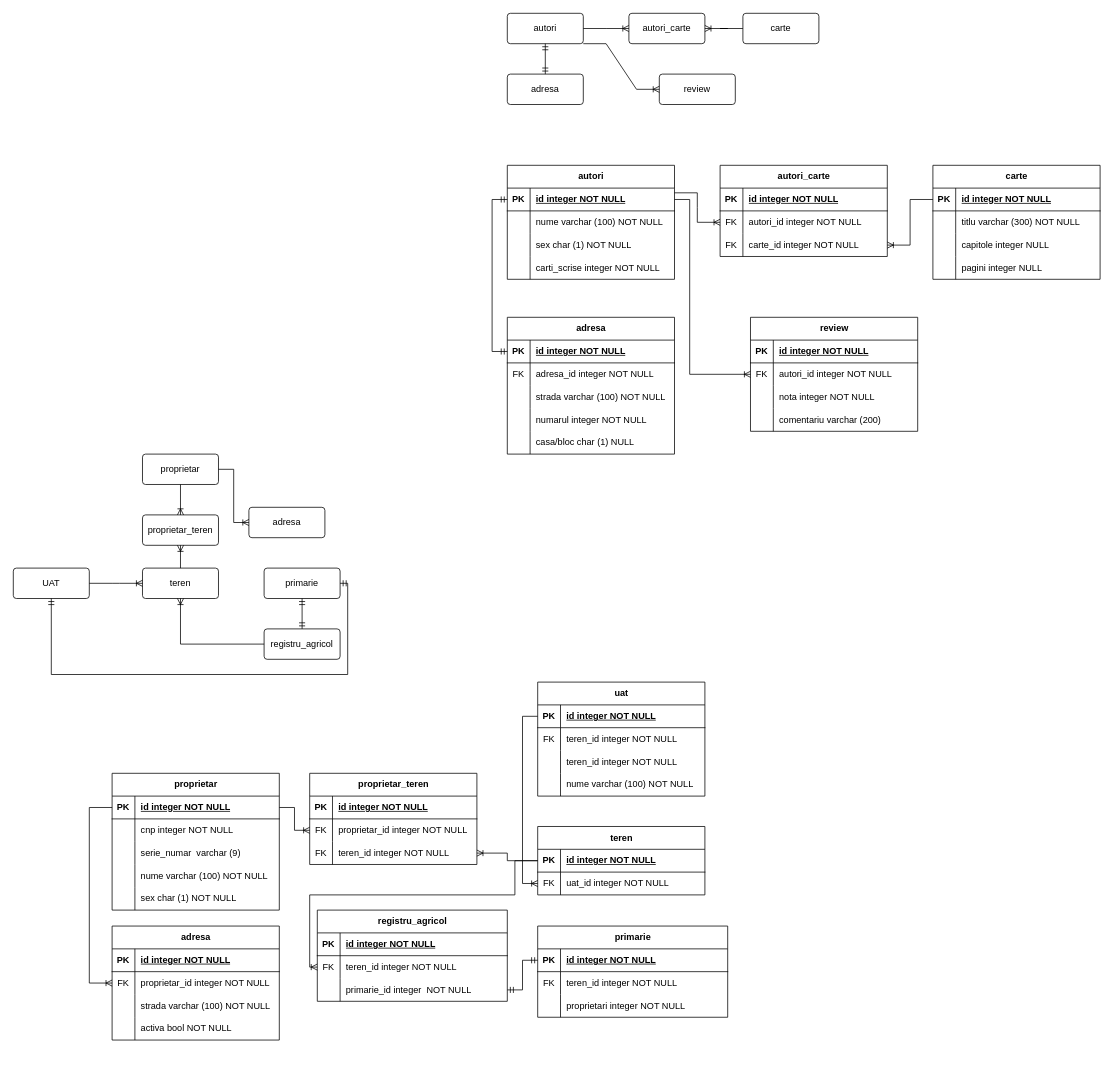
Before: Diagramă fără titlu.drawio in andreea-agrisan/modelare_db, a draw.io diagram. Source tidied: cells renumbered, new cells numbered last; positions are measured from the earlier drawing's top-left corner, leaving out a move shared by most shapes. Both pictures are drawn from the tidied source at 76%, with x=0, y=0 at pixel (13, 13).
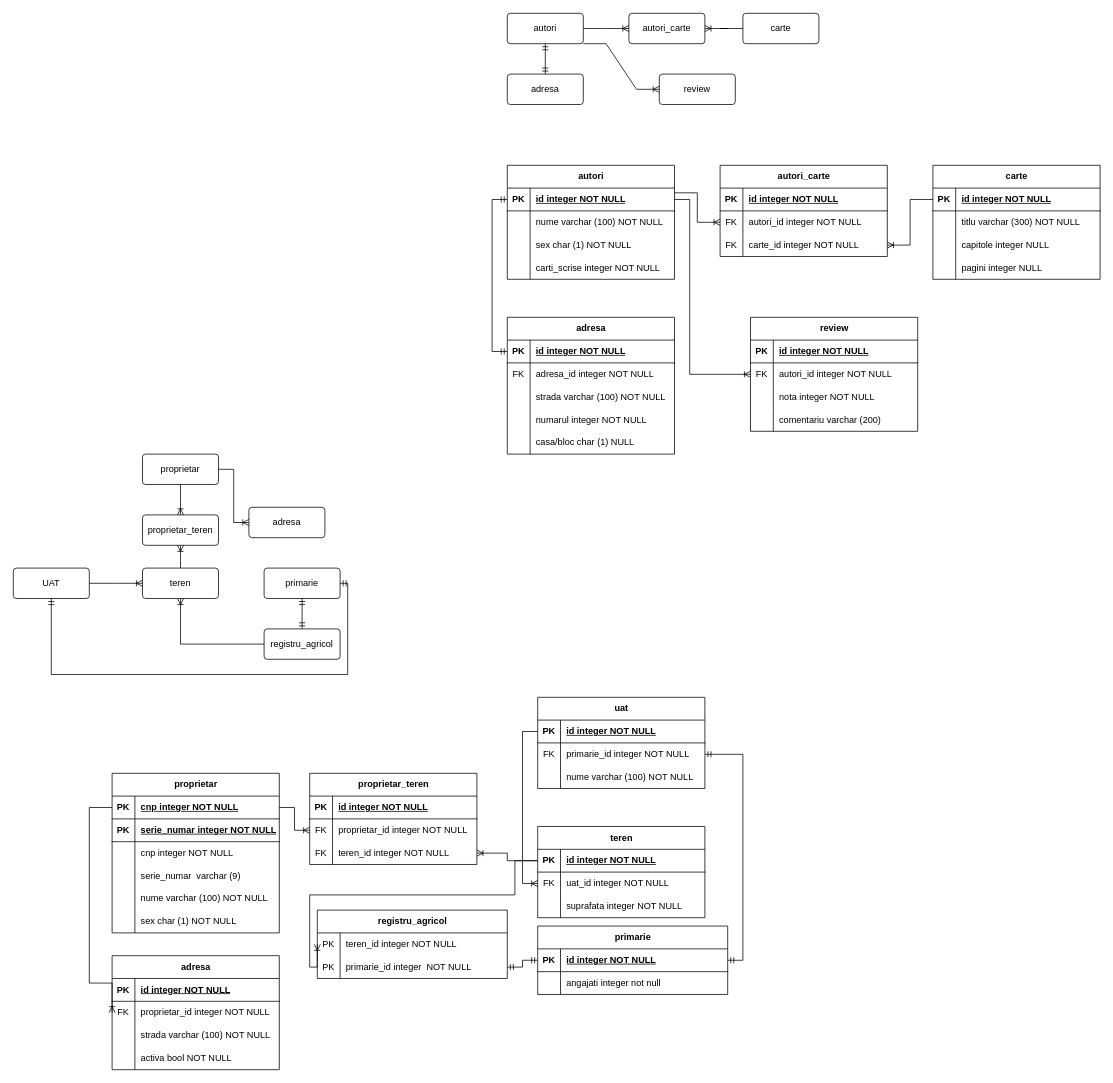
The same diagram, later.

Unchanged cells that the change refers to:
```xml
<mxCell id="94" style="shape=tableRow;horizontal=0;startSize=0;swimlaneHead=0;swimlaneBody=0;fillColor=none;points=[[0,0.5],[1,0.5]];portConstraint=eastwest;top=0;left=0;right=0;bottom=1;" parent="93" vertex="1">
  <mxGeometry y="30" width="220" height="30" as="geometry" />
</mxCell>
<mxCell id="123" style="shape=tableRow;horizontal=0;startSize=0;swimlaneHead=0;swimlaneBody=0;fillColor=none;points=[[0,0.5],[1,0.5]];portConstraint=eastwest;top=0;left=0;right=0;bottom=0;" parent="119" vertex="1">
  <mxGeometry y="60" width="220" height="30" as="geometry" />
</mxCell>
<mxCell id="140" style="shape=tableRow;horizontal=0;startSize=0;swimlaneHead=0;swimlaneBody=0;fillColor=none;points=[[0,0.5],[1,0.5]];portConstraint=eastwest;top=0;left=0;right=0;bottom=1;" parent="139" vertex="1">
  <mxGeometry y="30" width="220" height="30" as="geometry" />
</mxCell>
<mxCell id="164" style="shape=tableRow;horizontal=0;startSize=0;swimlaneHead=0;swimlaneBody=0;fillColor=none;points=[[0,0.5],[1,0.5]];portConstraint=eastwest;top=0;left=0;right=0;bottom=1;" parent="163" vertex="1">
  <mxGeometry y="30" width="250" height="30" as="geometry" />
</mxCell>
```

Diff of the diagram source:
```diff
@@
     <mxCell id="93" value="proprietar" style="shape=table;startSize=30;childLayout=tableLayout;rowLines=0;fontStyle=1;align=center;html=1;" parent="1" vertex="1">
-      <mxGeometry x="130" y="1000" width="220" height="180" as="geometry" />
+      <mxGeometry x="130" y="1000" width="220" height="210" as="geometry" />
     </mxCell>
@@
-    <mxCell id="96" value="id integer NOT NULL" style="shape=partialRectangle;fillColor=none;top=0;left=0;bottom=0;right=0;align=left;spacingLeft=6;fontStyle=5;overflow=hidden;whiteSpace=wrap;html=1;" parent="94" vertex="1">
+    <mxCell id="96" value="cnp integer NOT NULL" style="shape=partialRectangle;fillColor=none;top=0;left=0;bottom=0;right=0;align=left;spacingLeft=6;fontStyle=5;overflow=hidden;whiteSpace=wrap;html=1;" parent="94" vertex="1">
       <mxGeometry x="30" width="190" height="30" as="geometry" />
     </mxCell>
+    <mxCell id="179" style="shape=tableRow;horizontal=0;startSize=0;swimlaneHead=0;swimlaneBody=0;fillColor=none;top=0;left=0;right=0;bottom=1;" parent="93" vertex="1">
+      <mxGeometry y="60" width="220" height="30" as="geometry" />
+    </mxCell>
+    <mxCell id="154" value="PK" style="shape=partialRectangle;fillColor=none;top=0;left=0;bottom=0;right=0;fontStyle=1;overflow=hidden;whiteSpace=wrap;html=1;" parent="179" vertex="1">
+      <mxGeometry width="30" height="30" as="geometry" />
+    </mxCell>
+    <mxCell id="180" value="serie_numar integer NOT NULL" style="shape=partialRectangle;fillColor=none;top=0;left=0;bottom=0;right=0;align=left;spacingLeft=6;fontStyle=5;overflow=hidden;whiteSpace=wrap;html=1;" parent="179" vertex="1">
+      <mxGeometry x="30" width="190" height="30" as="geometry" />
+    </mxCell>
     <mxCell id="97" style="shape=tableRow;horizontal=0;startSize=0;swimlaneHead=0;swimlaneBody=0;fillColor=none;top=0;left=0;right=0;bottom=0;" parent="93" vertex="1">
-      <mxGeometry y="60" width="220" height="30" as="geometry" />
+      <mxGeometry y="90" width="220" height="30" as="geometry" />
     </mxCell>
@@
     <mxCell id="100" style="shape=tableRow;horizontal=0;startSize=0;swimlaneHead=0;swimlaneBody=0;fillColor=none;top=0;left=0;right=0;bottom=0;" parent="93" vertex="1">
-      <mxGeometry y="90" width="220" height="30" as="geometry" />
+      <mxGeometry y="120" width="220" height="30" as="geometry" />
     </mxCell>
@@
     <mxCell id="103" style="shape=tableRow;horizontal=0;startSize=0;swimlaneHead=0;swimlaneBody=0;fillColor=none;top=0;left=0;right=0;bottom=0;" parent="93" vertex="1">
-      <mxGeometry y="120" width="220" height="30" as="geometry" />
+      <mxGeometry y="150" width="220" height="30" as="geometry" />
     </mxCell>
@@
     <mxCell id="106" style="shape=tableRow;horizontal=0;startSize=0;swimlaneHead=0;swimlaneBody=0;fillColor=none;top=0;left=0;right=0;bottom=0;" parent="93" vertex="1">
-      <mxGeometry y="150" width="220" height="30" as="geometry" />
+      <mxGeometry y="180" width="220" height="30" as="geometry" />
     </mxCell>
@@
     <mxCell id="119" value="teren" style="shape=table;startSize=30;childLayout=tableLayout;rowLines=0;fontStyle=1;align=center;html=1;" parent="1" vertex="1">
-      <mxGeometry x="690" y="1070" width="220" height="90" as="geometry" />
+      <mxGeometry x="690" y="1070" width="220" height="120" as="geometry" />
     </mxCell>
@@
+    <mxCell id="181" style="shape=tableRow;horizontal=0;startSize=0;swimlaneHead=0;swimlaneBody=0;fillColor=none;top=0;left=0;right=0;bottom=0;" parent="119" vertex="1">
+      <mxGeometry y="90" width="220" height="30" as="geometry" />
+    </mxCell>
+    <mxCell id="182" style="shape=partialRectangle;fillColor=none;top=0;left=0;bottom=0;right=0;overflow=hidden;whiteSpace=wrap;html=1;" parent="181" vertex="1">
+      <mxGeometry width="30" height="30" as="geometry" />
+    </mxCell>
+    <mxCell id="183" value="suprafata integer NOT NULL" style="shape=partialRectangle;fillColor=none;top=0;left=0;bottom=0;right=0;align=left;spacingLeft=6;overflow=hidden;whiteSpace=wrap;html=1;" parent="181" vertex="1">
+      <mxGeometry x="30" width="190" height="30" as="geometry" />
+    </mxCell>
     <mxCell id="126" value="adresa" style="shape=table;startSize=30;childLayout=tableLayout;rowLines=0;fontStyle=1;align=center;html=1;" parent="1" vertex="1">
-      <mxGeometry x="130" y="1201" width="220" height="150" as="geometry" />
+      <mxGeometry x="130" y="1240" width="220" height="150" as="geometry" />
     </mxCell>
@@
     <mxCell id="139" value="uat" style="shape=table;startSize=30;childLayout=tableLayout;rowLines=0;fontStyle=1;align=center;html=1;" parent="1" vertex="1">
-      <mxGeometry x="690" y="880" width="220" height="150" as="geometry" />
+      <mxGeometry x="690" y="900" width="220" height="120" as="geometry" />
     </mxCell>
@@
-    <mxCell id="143" style="shape=tableRow;horizontal=0;startSize=0;swimlaneHead=0;swimlaneBody=0;fillColor=none;top=0;left=0;right=0;bottom=0;" parent="139" vertex="1">
-      <mxGeometry y="60" width="220" height="30" as="geometry" />
-    </mxCell>
-    <mxCell id="144" value="FK" style="shape=partialRectangle;fillColor=none;top=0;left=0;bottom=0;right=0;overflow=hidden;whiteSpace=wrap;html=1;" parent="143" vertex="1">
-      <mxGeometry width="30" height="30" as="geometry" />
-    </mxCell>
-    <mxCell id="145" value="teren_id integer NOT NULL" style="shape=partialRectangle;fillColor=none;top=0;left=0;bottom=0;right=0;align=left;spacingLeft=6;overflow=hidden;whiteSpace=wrap;html=1;" parent="143" vertex="1">
-      <mxGeometry x="30" width="190" height="30" as="geometry" />
-    </mxCell>
     <mxCell id="146" style="shape=tableRow;horizontal=0;startSize=0;swimlaneHead=0;swimlaneBody=0;fillColor=none;points=[[0,0.5],[1,0.5]];portConstraint=eastwest;top=0;left=0;right=0;bottom=0;" parent="139" vertex="1">
-      <mxGeometry y="90" width="220" height="30" as="geometry" />
+      <mxGeometry y="60" width="220" height="30" as="geometry" />
     </mxCell>
-    <mxCell id="147" style="shape=partialRectangle;fillColor=none;top=0;left=0;bottom=0;right=0;overflow=hidden;whiteSpace=wrap;html=1;" parent="146" vertex="1">
+    <mxCell id="147" value="FK" style="shape=partialRectangle;fillColor=none;top=0;left=0;bottom=0;right=0;overflow=hidden;whiteSpace=wrap;html=1;" parent="146" vertex="1">
       <mxGeometry width="30" height="30" as="geometry" />
     </mxCell>
-    <mxCell id="148" value="teren_id integer NOT NULL" style="shape=partialRectangle;fillColor=none;top=0;left=0;bottom=0;right=0;align=left;spacingLeft=6;overflow=hidden;whiteSpace=wrap;html=1;" parent="146" vertex="1">
+    <mxCell id="148" value="primarie_id integer NOT NULL" style="shape=partialRectangle;fillColor=none;top=0;left=0;bottom=0;right=0;align=left;spacingLeft=6;overflow=hidden;whiteSpace=wrap;html=1;" parent="146" vertex="1">
       <mxGeometry x="30" width="190" height="30" as="geometry" />
     </mxCell>
     <mxCell id="149" style="shape=tableRow;horizontal=0;startSize=0;swimlaneHead=0;swimlaneBody=0;fillColor=none;top=0;left=0;right=0;bottom=0;" parent="139" vertex="1">
-      <mxGeometry y="120" width="220" height="30" as="geometry" />
+      <mxGeometry y="90" width="220" height="30" as="geometry" />
     </mxCell>
@@
     <mxCell id="152" value="registru_agricol" style="shape=table;startSize=30;childLayout=tableLayout;rowLines=0;fontStyle=1;align=center;html=1;" parent="1" vertex="1">
-      <mxGeometry x="400" y="1180" width="250" height="120" as="geometry" />
+      <mxGeometry x="400" y="1180" width="250" height="90" as="geometry" />
     </mxCell>
-    <mxCell id="153" style="shape=tableRow;horizontal=0;startSize=0;swimlaneHead=0;swimlaneBody=0;fillColor=none;top=0;left=0;right=0;bottom=1;" parent="152" vertex="1">
-      <mxGeometry y="30" width="250" height="30" as="geometry" />
-    </mxCell>
-    <mxCell id="154" value="PK" style="shape=partialRectangle;fillColor=none;top=0;left=0;bottom=0;right=0;fontStyle=1;overflow=hidden;whiteSpace=wrap;html=1;" parent="153" vertex="1">
-      <mxGeometry width="30" height="30" as="geometry" />
-    </mxCell>
-    <mxCell id="155" value="id integer NOT NULL" style="shape=partialRectangle;fillColor=none;top=0;left=0;bottom=0;right=0;align=left;spacingLeft=6;fontStyle=5;overflow=hidden;whiteSpace=wrap;html=1;" parent="153" vertex="1">
-      <mxGeometry x="30" width="220" height="30" as="geometry" />
-    </mxCell>
     <mxCell id="156" style="shape=tableRow;horizontal=0;startSize=0;swimlaneHead=0;swimlaneBody=0;fillColor=none;points=[[0,0.5],[1,0.5]];portConstraint=eastwest;top=0;left=0;right=0;bottom=0;" parent="152" vertex="1">
-      <mxGeometry y="60" width="250" height="30" as="geometry" />
+      <mxGeometry y="30" width="250" height="30" as="geometry" />
     </mxCell>
-    <mxCell id="157" value="FK" style="shape=partialRectangle;fillColor=none;top=0;left=0;bottom=0;right=0;overflow=hidden;whiteSpace=wrap;html=1;" parent="156" vertex="1">
+    <mxCell id="157" value="PK" style="shape=partialRectangle;fillColor=none;top=0;left=0;bottom=0;right=0;overflow=hidden;whiteSpace=wrap;html=1;" parent="156" vertex="1">
       <mxGeometry width="30" height="30" as="geometry" />
     </mxCell>
@@
     <mxCell id="159" style="shape=tableRow;horizontal=0;startSize=0;swimlaneHead=0;swimlaneBody=0;fillColor=none;points=[[0,0.5],[1,0.5]];portConstraint=eastwest;top=0;left=0;right=0;bottom=0;" parent="152" vertex="1">
-      <mxGeometry y="90" width="250" height="30" as="geometry" />
+      <mxGeometry y="60" width="250" height="30" as="geometry" />
     </mxCell>
-    <mxCell id="160" style="shape=partialRectangle;fillColor=none;top=0;left=0;bottom=0;right=0;overflow=hidden;whiteSpace=wrap;html=1;" parent="159" vertex="1">
+    <mxCell id="160" value="PK" style="shape=partialRectangle;fillColor=none;top=0;left=0;bottom=0;right=0;overflow=hidden;whiteSpace=wrap;html=1;" parent="159" vertex="1">
       <mxGeometry width="30" height="30" as="geometry" />
     </mxCell>
@@
     <mxCell id="163" value="primarie" style="shape=table;startSize=30;childLayout=tableLayout;rowLines=0;fontStyle=1;align=center;html=1;" parent="1" vertex="1">
-      <mxGeometry x="690" y="1201" width="250" height="120" as="geometry" />
+      <mxGeometry x="690" y="1201" width="250" height="90" as="geometry" />
     </mxCell>
@@
-    <mxCell id="167" style="shape=tableRow;horizontal=0;startSize=0;swimlaneHead=0;swimlaneBody=0;fillColor=none;top=0;left=0;right=0;bottom=0;" parent="163" vertex="1">
-      <mxGeometry y="60" width="250" height="30" as="geometry" />
-    </mxCell>
-    <mxCell id="168" value="FK" style="shape=partialRectangle;fillColor=none;top=0;left=0;bottom=0;right=0;overflow=hidden;whiteSpace=wrap;html=1;" parent="167" vertex="1">
-      <mxGeometry width="30" height="30" as="geometry" />
-    </mxCell>
-    <mxCell id="169" value="teren_id integer NOT NULL" style="shape=partialRectangle;fillColor=none;top=0;left=0;bottom=0;right=0;align=left;spacingLeft=6;overflow=hidden;whiteSpace=wrap;html=1;" parent="167" vertex="1">
-      <mxGeometry x="30" width="220" height="30" as="geometry" />
-    </mxCell>
     <mxCell id="170" style="shape=tableRow;horizontal=0;startSize=0;swimlaneHead=0;swimlaneBody=0;fillColor=none;top=0;left=0;right=0;bottom=0;" parent="163" vertex="1">
-      <mxGeometry y="90" width="250" height="30" as="geometry" />
+      <mxGeometry y="60" width="250" height="30" as="geometry" />
     </mxCell>
@@
-    <mxCell id="172" value="proprietari integer NOT NULL&amp;nbsp;" style="shape=partialRectangle;fillColor=none;top=0;left=0;bottom=0;right=0;align=left;spacingLeft=6;overflow=hidden;whiteSpace=wrap;html=1;" parent="170" vertex="1">
+    <mxCell id="172" value="angajati integer not null" style="shape=partialRectangle;fillColor=none;top=0;left=0;bottom=0;right=0;align=left;spacingLeft=6;overflow=hidden;whiteSpace=wrap;html=1;" parent="170" vertex="1">
       <mxGeometry x="30" width="220" height="30" as="geometry" />
     </mxCell>
@@
     <mxCell id="174" style="edgeStyle=orthogonalEdgeStyle;fontSize=12;html=1;endArrow=ERoneToMany;rounded=0;exitX=0;exitY=0.5;exitDx=0;exitDy=0;entryX=0;entryY=0.5;entryDx=0;entryDy=0;" parent="1" edge="1" source="140" target="123">
       <mxGeometry relative="1" as="geometry">
         <Array as="points">
-          <mxPoint x="670" y="925" />
+          <mxPoint x="670" y="945" />
           <mxPoint x="670" y="1145" />
         </Array>
       </mxGeometry>
     </mxCell>
@@
+    <mxCell id="184" style="edgeStyle=orthogonalEdgeStyle;fontSize=12;html=1;endArrow=ERmandOne;startArrow=ERmandOne;rounded=0;exitX=1;exitY=0.5;exitDx=0;exitDy=0;entryX=1;entryY=0.5;entryDx=0;entryDy=0;" parent="1" edge="1" source="164" target="146">
+      <mxGeometry relative="1" as="geometry">
+        <Array as="points">
+          <mxPoint x="960" y="1246" />
+          <mxPoint x="960" y="975" />
+        </Array>
+      </mxGeometry>
+    </mxCell>
```
